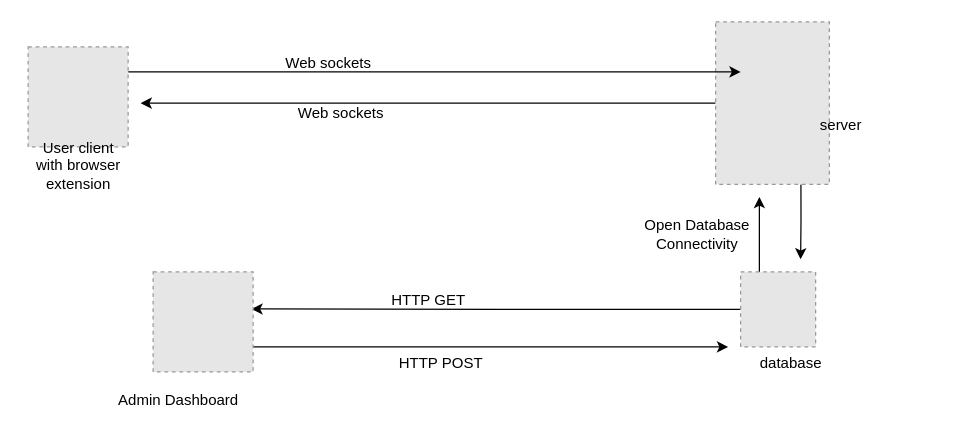
Earlier version of the draw.io diagram diagrams/network_diagram.drawio (0xOwen/SurfHound). Source tidied: cells renumbered, new cells numbered last; positions are measured from the earlier drawing's top-left corner, leaving out a move shared by most shapes. Both pictures are drawn from the tidied source at 125%, with x=0, y=0 at pixel (21, 21). Pictures stored in the file or linked from it are replaced by grey dashed boxes.
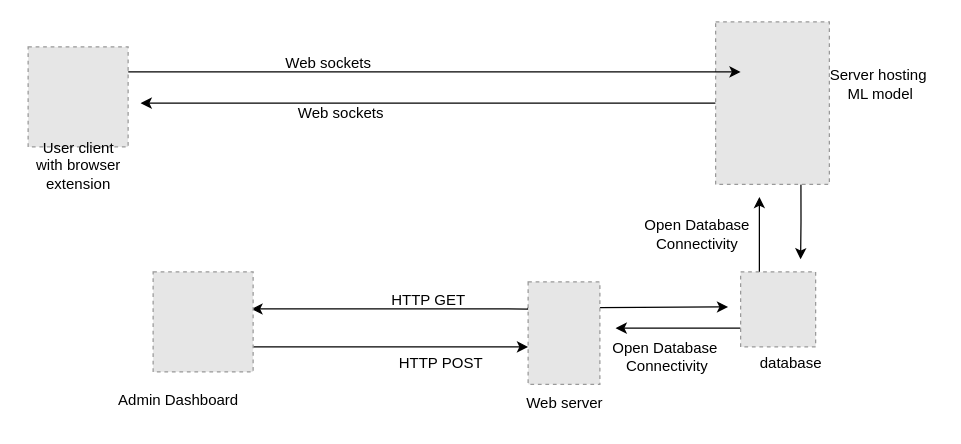
Above is the later version.

Unchanged cells that the change refers to:
```xml
<mxCell id="11" style="fillColor=#E6E6E6;strokeColor=#999999;dashed=1;verticalLabelPosition=bottom;labelBackgroundColor=default;verticalAlign=top;" parent="1" vertex="1">
  <mxGeometry x="575" y="200" width="60" height="60" as="geometry" />
</mxCell>
<mxCell id="15" style="fillColor=#E6E6E6;strokeColor=#999999;dashed=1;verticalLabelPosition=bottom;labelBackgroundColor=default;verticalAlign=top;" parent="1" vertex="1">
  <mxGeometry x="105" y="200" width="80" height="80" as="geometry" />
</mxCell>
```

What changed in the source:
```diff
@@
-    <mxCell id="10" style="edgeStyle=orthogonalEdgeStyle;rounded=0;jettySize=auto;html=1;entryX=0.983;entryY=0.371;entryDx=0;entryDy=0;entryPerimeter=0;" parent="1" edge="1" source="11" target="15">
-      <mxGeometry relative="1" as="geometry" />
+    <mxCell id="10" style="edgeStyle=orthogonalEdgeStyle;rounded=0;jettySize=auto;html=1;entryX=0.983;entryY=0.371;entryDx=0;entryDy=0;entryPerimeter=0;exitX=0;exitY=0.25;exitDx=0;exitDy=0;" parent="1" edge="1" source="23" target="15">
+      <mxGeometry relative="1" as="geometry">
+        <Array as="points">
+          <mxPoint x="405" y="230" />
+        </Array>
+      </mxGeometry>
     </mxCell>
+    <mxCell id="21" style="edgeStyle=orthogonalEdgeStyle;rounded=0;jettySize=auto;html=1;exitX=0;exitY=0.75;exitDx=0;exitDy=0;" parent="1" edge="1" source="11">
+      <mxGeometry relative="1" as="geometry">
+        <mxPoint x="475" y="245" as="targetPoint" />
+      </mxGeometry>
+    </mxCell>
@@
     <mxCell id="14" style="edgeStyle=orthogonalEdgeStyle;rounded=0;jettySize=auto;html=1;exitX=1;exitY=0.75;exitDx=0;exitDy=0;" parent="1" edge="1" source="15">
       <mxGeometry relative="1" as="geometry">
-        <mxPoint x="565" y="260" as="targetPoint" />
+        <mxPoint x="405" y="260" as="targetPoint" />
       </mxGeometry>
     </mxCell>
@@
-    <mxCell id="19" value="server" style="text;html=1;align=center;verticalAlign=middle;strokeColor=none;fillColor=none;" parent="1" vertex="1">
-      <mxGeometry x="625" y="68" width="60" height="30" as="geometry" />
+    <mxCell id="19" value="Server hosting&lt;br&gt;&amp;nbsp;ML model" style="text;html=1;align=center;verticalAlign=middle;strokeColor=none;fillColor=none;" parent="1" vertex="1">
+      <mxGeometry x="635" y="30" width="100" height="40" as="geometry" />
     </mxCell>
@@
+    <mxCell id="22" style="edgeStyle=orthogonalEdgeStyle;rounded=0;jettySize=auto;html=1;exitX=1;exitY=0.25;exitDx=0;exitDy=0;" parent="1" edge="1" source="23">
+      <mxGeometry relative="1" as="geometry">
+        <mxPoint x="565" y="228" as="targetPoint" />
+      </mxGeometry>
+    </mxCell>
+    <mxCell id="23" style="fillColor=#E6E6E6;strokeColor=#999999;dashed=1;verticalLabelPosition=bottom;labelBackgroundColor=default;verticalAlign=top;" parent="1" vertex="1">
+      <mxGeometry x="405" y="208" width="57.4" height="82" as="geometry" />
+    </mxCell>
+    <mxCell id="24" value="Open Database&amp;nbsp;&lt;br&gt;Connectivity" style="text;html=1;align=center;verticalAlign=middle;strokeColor=none;fillColor=none;" parent="1" vertex="1">
+      <mxGeometry x="461" y="248" width="110" height="40" as="geometry" />
+    </mxCell>
+    <mxCell id="25" value="Web server" style="text;html=1;align=center;verticalAlign=middle;strokeColor=none;fillColor=none;" parent="1" vertex="1">
+      <mxGeometry x="393.7" y="290" width="80" height="30" as="geometry" />
+    </mxCell>
```
